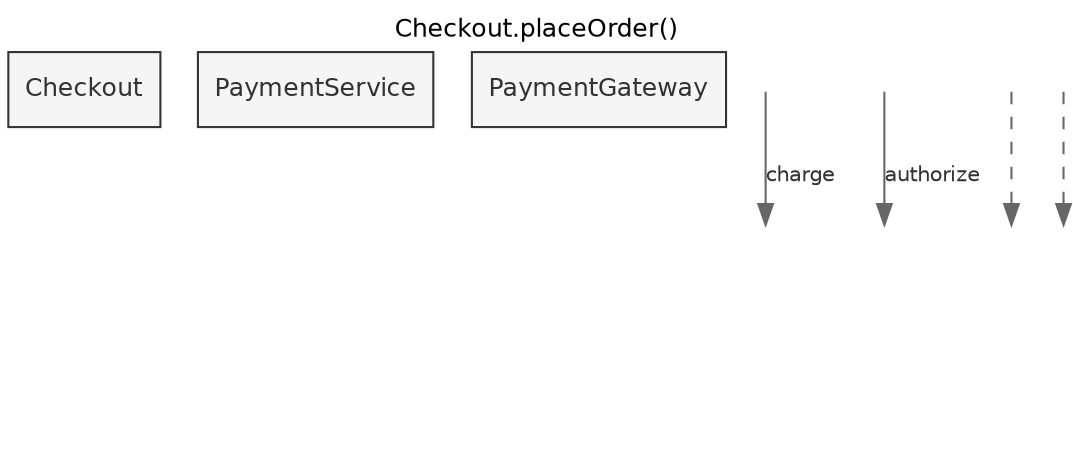
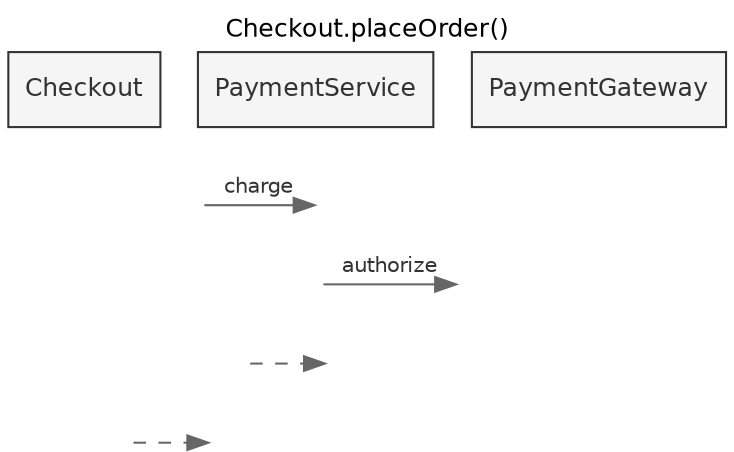
digraph {
  label="Checkout.placeOrder()";
  labelloc=t;
  rankdir=TB;
  bgcolor="white";
  fontname="Helvetica";
  fontsize=12;
  node [fontname="Helvetica" fontsize=12];
  edge [fontname="Helvetica" fontsize=10];
  // Participants
-   "shop.Checkout_header" [shape=box style=filled fillcolor="#f5f5f5" color="#333333" fontcolor="#333333" label="Checkout"];
-   "shop.PaymentService_header" [shape=box style=filled fillcolor="#f5f5f5" color="#333333" fontcolor="#333333" label="PaymentService"];
-   "shop.PaymentGateway_header" [shape=box style=filled fillcolor="#f5f5f5" color="#333333" fontcolor="#333333" label="PaymentGateway"];
-   { rank=same; "shop.Checkout_header"; "shop.PaymentService_header"; "shop.PaymentGateway_header"; }
+   "Checkout_header" [shape=box style=filled fillcolor="#f5f5f5" color="#333333" fontcolor="#333333" label="Checkout"];
+   "PaymentService_header" [shape=box style=filled fillcolor="#f5f5f5" color="#333333" fontcolor="#333333" label="PaymentService"];
+   "PaymentGateway_header" [shape=box style=filled fillcolor="#f5f5f5" color="#333333" fontcolor="#333333" label="PaymentGateway"];
+   { rank=same; "Checkout_header"; "PaymentService_header"; "PaymentGateway_header"; }

  // Lifeline step nodes
  node [shape=none label="" width=0 height=0];
-   "shop.Checkout_step0";
-   "shop.PaymentService_step0";
-   "shop.PaymentGateway_step0";
-   { rank=same; "shop.Checkout_step0"; "shop.PaymentService_step0"; "shop.PaymentGateway_step0"; }
-   "shop.Checkout_step1";
-   "shop.PaymentService_step1";
-   "shop.PaymentGateway_step1";
-   { rank=same; "shop.Checkout_step1"; "shop.PaymentService_step1"; "shop.PaymentGateway_step1"; }
-   "shop.Checkout_step2";
-   "shop.PaymentService_step2";
-   "shop.PaymentGateway_step2";
-   { rank=same; "shop.Checkout_step2"; "shop.PaymentService_step2"; "shop.PaymentGateway_step2"; }
-   "shop.Checkout_step3";
-   "shop.PaymentService_step3";
-   "shop.PaymentGateway_step3";
-   { rank=same; "shop.Checkout_step3"; "shop.PaymentService_step3"; "shop.PaymentGateway_step3"; }
+   "Checkout_step0";
+   "PaymentService_step0";
+   "PaymentGateway_step0";
+   { rank=same; "Checkout_step0"; "PaymentService_step0"; "PaymentGateway_step0"; }
+   "Checkout_step1";
+   "PaymentService_step1";
+   "PaymentGateway_step1";
+   { rank=same; "Checkout_step1"; "PaymentService_step1"; "PaymentGateway_step1"; }
+   "Checkout_step2";
+   "PaymentService_step2";
+   "PaymentGateway_step2";
+   { rank=same; "Checkout_step2"; "PaymentService_step2"; "PaymentGateway_step2"; }
+   "Checkout_step3";
+   "PaymentService_step3";
+   "PaymentGateway_step3";
+   { rank=same; "Checkout_step3"; "PaymentService_step3"; "PaymentGateway_step3"; }

  // Lifelines
-   "shop.Checkout_header" -> "shop.Checkout_step0" [style=invis];
-   "shop.Checkout_step0" -> "shop.Checkout_step1" [style=invis];
-   "shop.Checkout_step1" -> "shop.Checkout_step2" [style=invis];
-   "shop.Checkout_step2" -> "shop.Checkout_step3" [style=invis];
-   "shop.PaymentService_header" -> "shop.PaymentService_step0" [style=invis];
-   "shop.PaymentService_step0" -> "shop.PaymentService_step1" [style=invis];
-   "shop.PaymentService_step1" -> "shop.PaymentService_step2" [style=invis];
-   "shop.PaymentService_step2" -> "shop.PaymentService_step3" [style=invis];
-   "shop.PaymentGateway_header" -> "shop.PaymentGateway_step0" [style=invis];
-   "shop.PaymentGateway_step0" -> "shop.PaymentGateway_step1" [style=invis];
-   "shop.PaymentGateway_step1" -> "shop.PaymentGateway_step2" [style=invis];
-   "shop.PaymentGateway_step2" -> "shop.PaymentGateway_step3" [style=invis];
+   "Checkout_header" -> "Checkout_step0" [style=invis];
+   "Checkout_step0" -> "Checkout_step1" [style=invis];
+   "Checkout_step1" -> "Checkout_step2" [style=invis];
+   "Checkout_step2" -> "Checkout_step3" [style=invis];
+   "PaymentService_header" -> "PaymentService_step0" [style=invis];
+   "PaymentService_step0" -> "PaymentService_step1" [style=invis];
+   "PaymentService_step1" -> "PaymentService_step2" [style=invis];
+   "PaymentService_step2" -> "PaymentService_step3" [style=invis];
+   "PaymentGateway_header" -> "PaymentGateway_step0" [style=invis];
+   "PaymentGateway_step0" -> "PaymentGateway_step1" [style=invis];
+   "PaymentGateway_step1" -> "PaymentGateway_step2" [style=invis];
+   "PaymentGateway_step2" -> "PaymentGateway_step3" [style=invis];

  // Messages
  node [shape=none label=""];
  "Checkout_step0" -> "PaymentService_step0" [color="#666666" fontcolor="#333333" label="charge" arrowhead=normal style=solid];
  "PaymentService_step1" -> "PaymentGateway_step1" [color="#666666" fontcolor="#333333" label="authorize" arrowhead=normal style=solid];
  "PaymentGateway_step2" -> "PaymentService_step2" [color="#666666" fontcolor="#333333" arrowhead=normal style=dashed];
  "PaymentService_step3" -> "Checkout_step3" [color="#666666" fontcolor="#333333" arrowhead=normal style=dashed];
}
